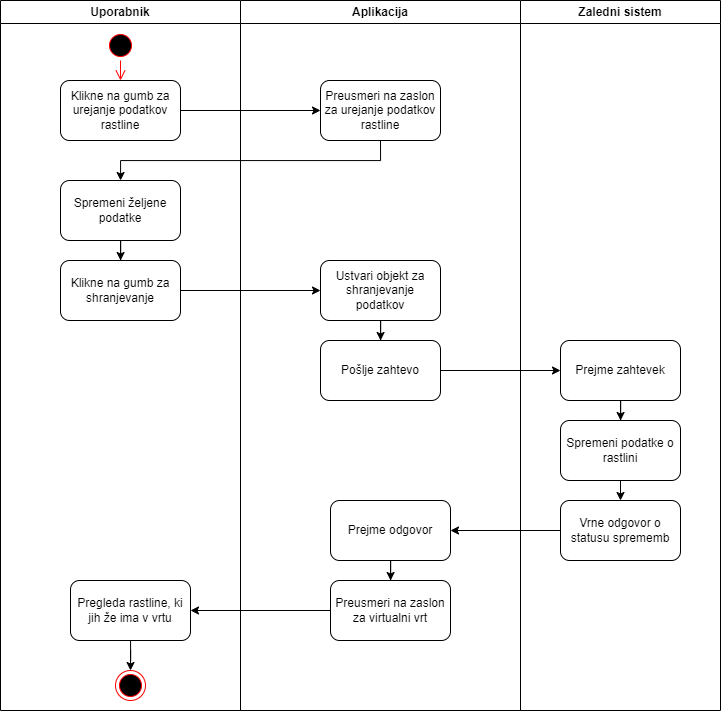
Before: Documentation/ActivityDiagrams/VirtualGarden/DA_UrejanjeRastline.png, a diagram exported from draw.io (zala-lahovnik/BotaniAI). Source tidied: cells renumbered, new cells last; positions are measured from the earlier drawing's top-left corner, leaving out a move shared by most shapes.
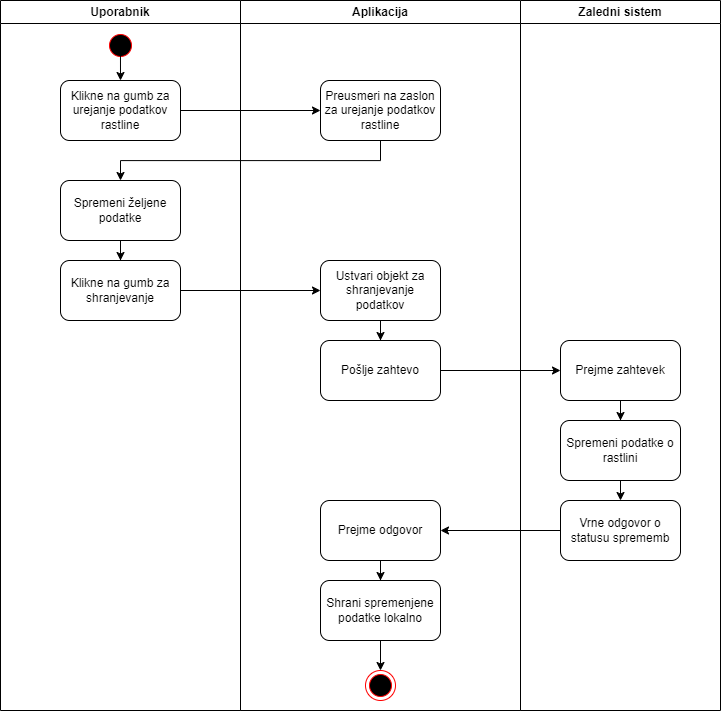
Later version of the same file.

Commit message:
docs: update activity diagram for plant changing

Diff of the diagram source:
```diff
@@ -8,21 +8,12 @@
     <mxCell id="3" style="ellipse;html=1;shape=startState;fillColor=#000000;strokeColor=#ff0000;" parent="2" vertex="1">
       <mxGeometry x="105" y="30" width="30" height="30" as="geometry" />
     </mxCell>
-    <mxCell id="4" style="edgeStyle=orthogonalEdgeStyle;html=1;verticalAlign=bottom;endArrow=open;endSize=8;strokeColor=#ff0000;rounded=0;entryX=0.5;entryY=0;entryDx=0;entryDy=0;" parent="2" edge="1" source="3" target="5">
+    <mxCell id="4" style="edgeStyle=orthogonalEdgeStyle;rounded=0;jettySize=auto;html=1;entryX=0.5;entryY=0;entryDx=0;entryDy=0;exitX=0.499;exitY=0.846;exitDx=0;exitDy=0;exitPerimeter=0;" parent="2" edge="1" source="3" target="5">
       <mxGeometry relative="1" as="geometry" />
     </mxCell>
     <mxCell id="5" value="Klikne na gumb za urejanje podatkov rastline" style="rounded=1;whiteSpace=wrap;html=1;" parent="2" vertex="1">
       <mxGeometry x="60" y="80" width="120" height="60" as="geometry" />
     </mxCell>
-    <mxCell id="6" style="edgeStyle=orthogonalEdgeStyle;rounded=0;jettySize=auto;html=1;entryX=0.5;entryY=0;entryDx=0;entryDy=0;" parent="2" edge="1" source="7" target="8">
-      <mxGeometry relative="1" as="geometry" />
-    </mxCell>
-    <mxCell id="7" value="Pregleda rastline, ki jih že ima v vrtu" style="whiteSpace=wrap;html=1;rounded=1;" parent="2" vertex="1">
-      <mxGeometry x="70" y="580" width="120" height="60" as="geometry" />
-    </mxCell>
-    <mxCell id="8" style="ellipse;html=1;shape=endState;fillColor=#000000;strokeColor=#ff0000;" parent="2" vertex="1">
-      <mxGeometry x="115" y="670" width="30" height="30" as="geometry" />
-    </mxCell>
     <mxCell id="9" style="edgeStyle=orthogonalEdgeStyle;rounded=0;jettySize=auto;html=1;" parent="2" edge="1" source="10" target="11">
       <mxGeometry relative="1" as="geometry" />
     </mxCell>
@@ -42,10 +33,10 @@
       <mxGeometry relative="1" as="geometry" />
     </mxCell>
     <mxCell id="15" value="Prejme odgovor" style="whiteSpace=wrap;html=1;rounded=1;" parent="12" vertex="1">
-      <mxGeometry x="90" y="500" width="120" height="60" as="geometry" />
+      <mxGeometry x="80" y="500" width="120" height="60" as="geometry" />
     </mxCell>
-    <mxCell id="16" value="Preusmeri na zaslon za virtualni vrt" style="whiteSpace=wrap;html=1;rounded=1;" parent="12" vertex="1">
-      <mxGeometry x="90" y="580" width="120" height="60" as="geometry" />
+    <mxCell id="16" value="Shrani spremenjene podatke lokalno" style="whiteSpace=wrap;html=1;rounded=1;" parent="12" vertex="1">
+      <mxGeometry x="80" y="580" width="120" height="60" as="geometry" />
     </mxCell>
     <mxCell id="17" style="edgeStyle=orthogonalEdgeStyle;rounded=0;jettySize=auto;html=1;" parent="12" edge="1" source="18" target="19">
       <mxGeometry relative="1" as="geometry" />
@@ -56,6 +47,12 @@
     <mxCell id="19" value="Pošlje zahtevo" style="rounded=1;whiteSpace=wrap;html=1;" parent="12" vertex="1">
       <mxGeometry x="80" y="340" width="120" height="60" as="geometry" />
     </mxCell>
+    <mxCell id="8" style="ellipse;html=1;shape=endState;fillColor=#000000;strokeColor=#ff0000;" parent="12" vertex="1">
+      <mxGeometry x="125" y="670" width="30" height="30" as="geometry" />
+    </mxCell>
+    <mxCell id="6" style="edgeStyle=orthogonalEdgeStyle;rounded=0;jettySize=auto;html=1;entryX=0.5;entryY=0;entryDx=0;entryDy=0;exitX=0.5;exitY=1;exitDx=0;exitDy=0;" parent="12" edge="1" source="16" target="8">
+      <mxGeometry relative="1" as="geometry" />
+    </mxCell>
     <mxCell id="20" value="Zaledni sistem" style="swimlane;whiteSpace=wrap;html=1;startSize=23;" parent="1" vertex="1">
       <mxGeometry x="520" width="200" height="710" as="geometry" />
     </mxCell>
@@ -80,9 +77,6 @@
     <mxCell id="27" style="edgeStyle=orthogonalEdgeStyle;rounded=0;jettySize=auto;html=1;entryX=1;entryY=0.5;entryDx=0;entryDy=0;" parent="1" edge="1" source="25" target="15">
       <mxGeometry relative="1" as="geometry" />
     </mxCell>
-    <mxCell id="28" style="edgeStyle=orthogonalEdgeStyle;rounded=0;jettySize=auto;html=1;exitX=0;exitY=0.5;exitDx=0;exitDy=0;entryX=1;entryY=0.5;entryDx=0;entryDy=0;" parent="1" edge="1" source="16" target="7">
-      <mxGeometry relative="1" as="geometry" />
-    </mxCell>
     <mxCell id="29" style="edgeStyle=orthogonalEdgeStyle;rounded=0;jettySize=auto;html=1;exitX=0.5;exitY=1;exitDx=0;exitDy=0;" parent="1" edge="1" source="13" target="10">
       <mxGeometry relative="1" as="geometry" />
     </mxCell>
```
